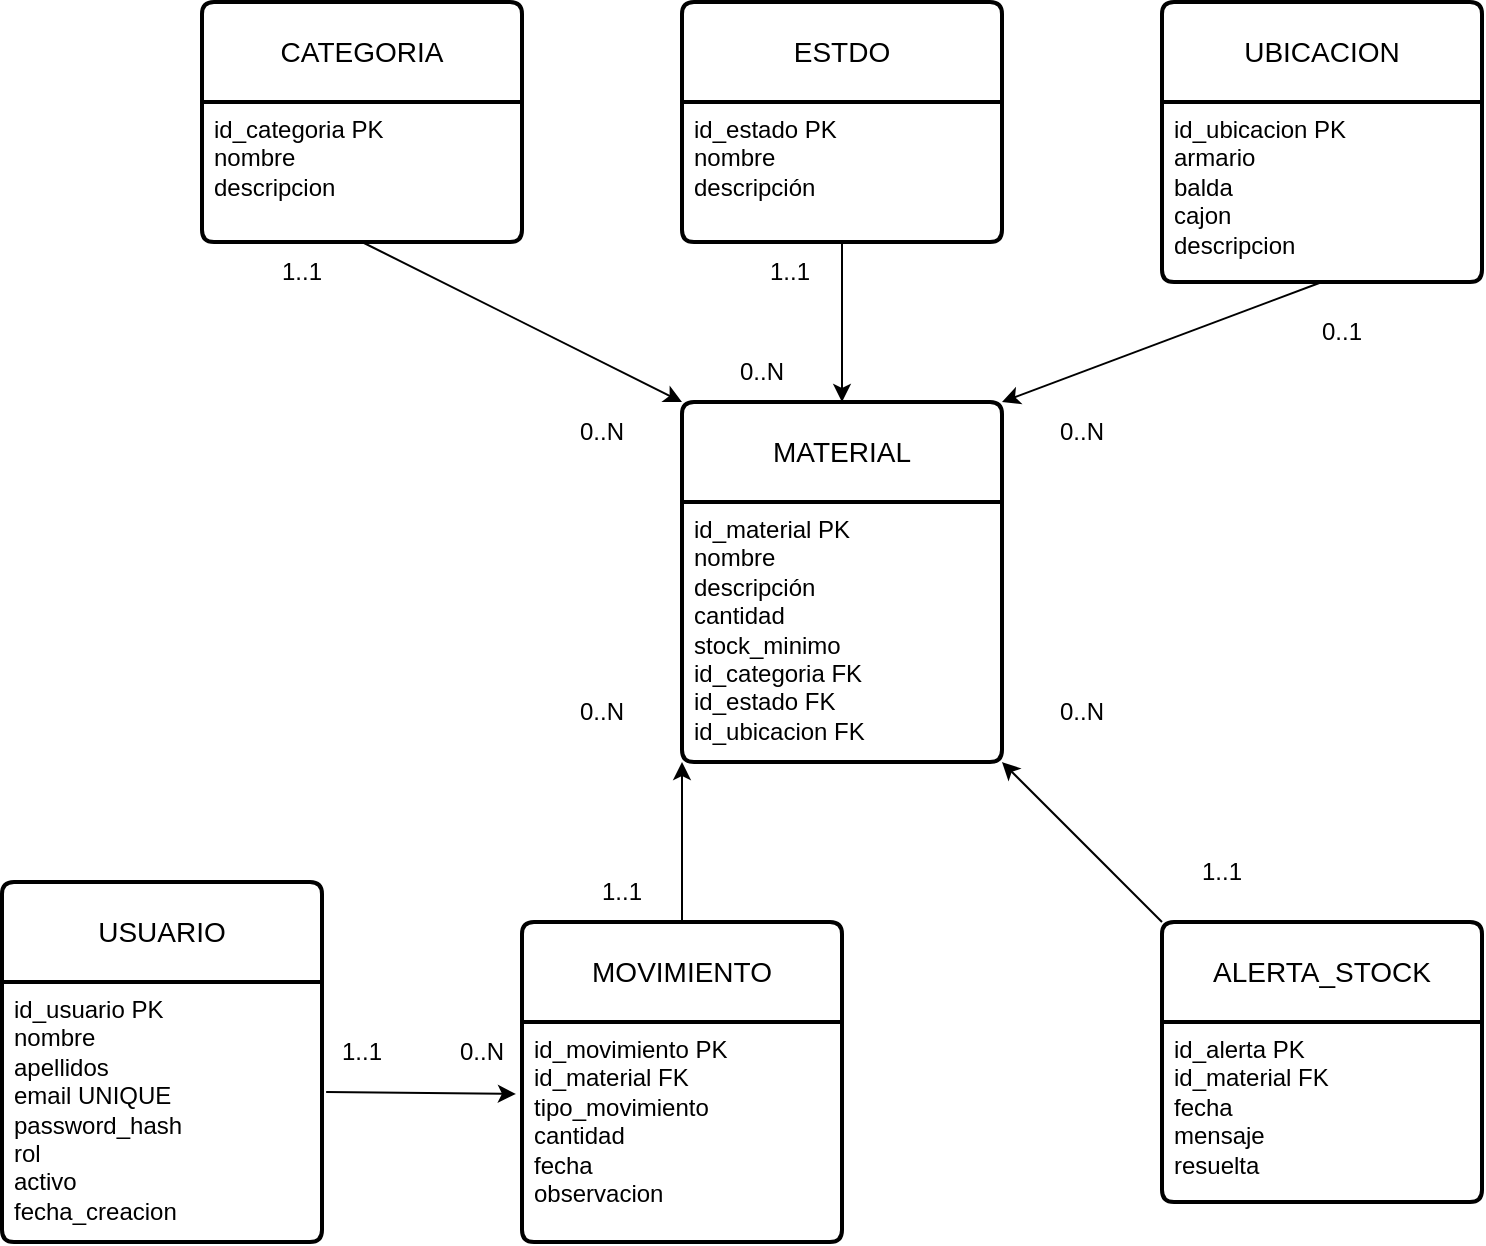
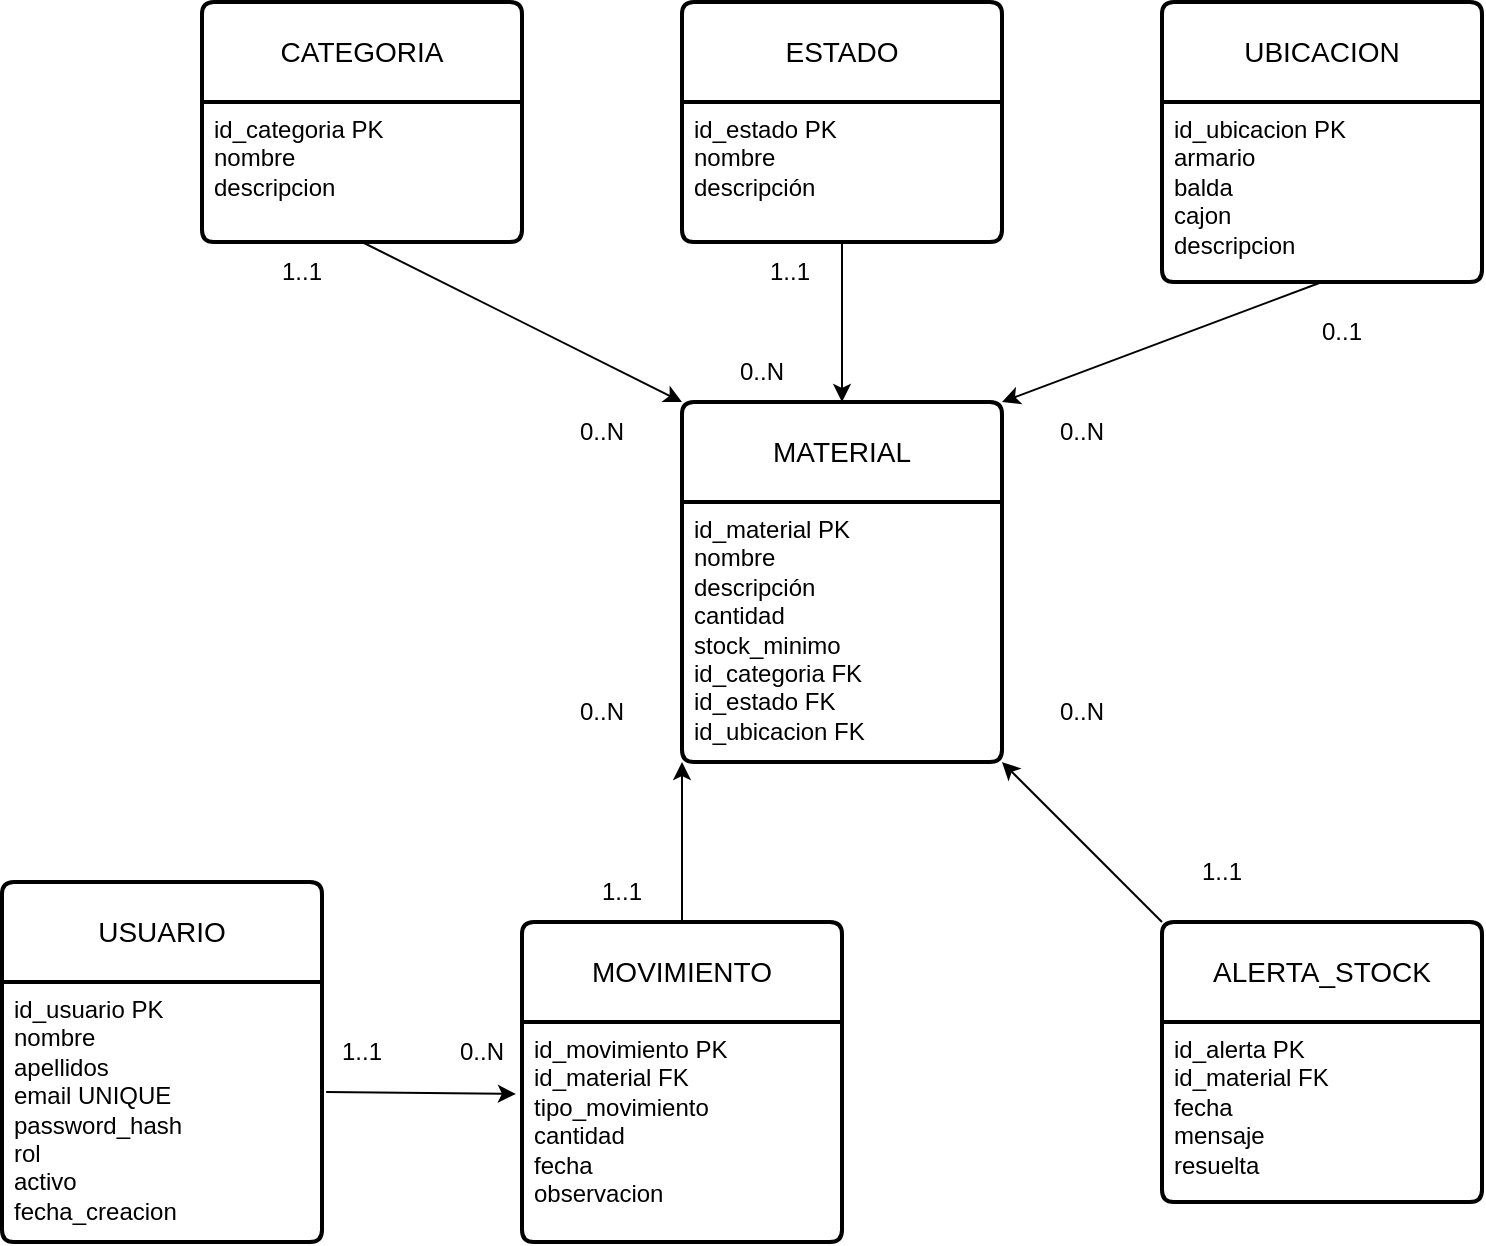
<mxfile host="app.diagrams.net">
  <diagram name="Página-1" id="RvKM41dWcJuisRGuATXp">
    <mxGraphModel dx="1414" dy="777" grid="1" gridSize="10" guides="1" tooltips="1" connect="1" arrows="1" fold="1" page="1" pageScale="1" pageWidth="827" pageHeight="1169" math="0" shadow="0">
      <root>
        <mxCell id="0" />
        <mxCell id="1" parent="0" />
        <mxCell id="9etG-u03g2LI2quGurpq-1" parent="1" style="swimlane;childLayout=stackLayout;horizontal=1;startSize=50;horizontalStack=0;rounded=1;fontSize=14;fontStyle=0;strokeWidth=2;resizeParent=0;resizeLast=1;shadow=0;dashed=0;align=center;arcSize=4;whiteSpace=wrap;html=1;" value="CATEGORIA" vertex="1">
          <mxGeometry height="120" width="160" x="120" y="120" as="geometry" />
        </mxCell>
        <mxCell id="9etG-u03g2LI2quGurpq-2" parent="9etG-u03g2LI2quGurpq-1" style="align=left;strokeColor=none;fillColor=none;spacingLeft=4;spacingRight=4;fontSize=12;verticalAlign=top;resizable=0;rotatable=0;part=1;html=1;whiteSpace=wrap;" value="&lt;div&gt;id_categoria PK&lt;/div&gt;&lt;div&gt;&lt;span style=&quot;white-space: normal;&quot;&gt;nombre&lt;/span&gt;&lt;/div&gt;&lt;div&gt;&lt;span style=&quot;white-space: normal;&quot;&gt;descripcion&lt;/span&gt;&lt;/div&gt;" vertex="1">
          <mxGeometry height="70" width="160" y="50" as="geometry" />
        </mxCell>
-         <mxCell id="9etG-u03g2LI2quGurpq-3" parent="1" style="swimlane;childLayout=stackLayout;horizontal=1;startSize=50;horizontalStack=0;rounded=1;fontSize=14;fontStyle=0;strokeWidth=2;resizeParent=0;resizeLast=1;shadow=0;dashed=0;align=center;arcSize=4;whiteSpace=wrap;html=1;" value="ESTDO" vertex="1">
+         <mxCell id="9etG-u03g2LI2quGurpq-3" parent="1" style="swimlane;childLayout=stackLayout;horizontal=1;startSize=50;horizontalStack=0;rounded=1;fontSize=14;fontStyle=0;strokeWidth=2;resizeParent=0;resizeLast=1;shadow=0;dashed=0;align=center;arcSize=4;whiteSpace=wrap;html=1;" value="ESTADO" vertex="1">
          <mxGeometry height="120" width="160" x="360" y="120" as="geometry" />
        </mxCell>
        <mxCell id="9etG-u03g2LI2quGurpq-4" parent="9etG-u03g2LI2quGurpq-3" style="align=left;strokeColor=none;fillColor=none;spacingLeft=4;spacingRight=4;fontSize=12;verticalAlign=top;resizable=0;rotatable=0;part=1;html=1;whiteSpace=wrap;" value="&lt;div&gt;id_estado PK&lt;/div&gt;&lt;div&gt;&lt;span style=&quot;white-space: normal;&quot;&gt;nombre&lt;/span&gt;&lt;/div&gt;&lt;div&gt;&lt;span style=&quot;white-space: normal;&quot;&gt;descripción&lt;/span&gt;&lt;/div&gt;" vertex="1">
          <mxGeometry height="70" width="160" y="50" as="geometry" />
        </mxCell>
        <mxCell id="9etG-u03g2LI2quGurpq-5" parent="1" style="swimlane;childLayout=stackLayout;horizontal=1;startSize=50;horizontalStack=0;rounded=1;fontSize=14;fontStyle=0;strokeWidth=2;resizeParent=0;resizeLast=1;shadow=0;dashed=0;align=center;arcSize=4;whiteSpace=wrap;html=1;" value="MOVIMIENTO" vertex="1">
          <mxGeometry height="160" width="160" x="280" y="580" as="geometry" />
        </mxCell>
        <mxCell id="9etG-u03g2LI2quGurpq-6" parent="9etG-u03g2LI2quGurpq-5" style="align=left;strokeColor=none;fillColor=none;spacingLeft=4;spacingRight=4;fontSize=12;verticalAlign=top;resizable=0;rotatable=0;part=1;html=1;whiteSpace=wrap;" value="&lt;div&gt;id_movimiento PK&lt;/div&gt;&lt;div&gt;&lt;span style=&quot;white-space: normal;&quot;&gt;id_material FK&lt;/span&gt;&lt;/div&gt;&lt;div&gt;&lt;span style=&quot;white-space: normal;&quot;&gt;tipo_movimiento&lt;/span&gt;&lt;/div&gt;&lt;div&gt;&lt;span style=&quot;white-space: normal;&quot;&gt;cantidad&lt;/span&gt;&lt;/div&gt;&lt;div&gt;&lt;span style=&quot;white-space: normal;&quot;&gt;fecha&lt;/span&gt;&lt;/div&gt;&lt;div&gt;&lt;span style=&quot;white-space: normal;&quot;&gt;observacion&lt;/span&gt;&lt;/div&gt;" vertex="1">
          <mxGeometry height="110" width="160" y="50" as="geometry" />
        </mxCell>
        <mxCell id="9etG-u03g2LI2quGurpq-8" parent="1" style="swimlane;childLayout=stackLayout;horizontal=1;startSize=50;horizontalStack=0;rounded=1;fontSize=14;fontStyle=0;strokeWidth=2;resizeParent=0;resizeLast=1;shadow=0;dashed=0;align=center;arcSize=4;whiteSpace=wrap;html=1;" value="MATERIAL" vertex="1">
          <mxGeometry height="180" width="160" x="360" y="320" as="geometry" />
        </mxCell>
        <mxCell id="9etG-u03g2LI2quGurpq-9" parent="9etG-u03g2LI2quGurpq-8" style="align=left;strokeColor=none;fillColor=none;spacingLeft=4;spacingRight=4;fontSize=12;verticalAlign=top;resizable=0;rotatable=0;part=1;html=1;whiteSpace=wrap;" value="&lt;div&gt;id_material PK&lt;/div&gt;&lt;div&gt;&lt;span style=&quot;white-space: normal;&quot;&gt;nombre&lt;/span&gt;&lt;/div&gt;&lt;div&gt;&lt;span style=&quot;white-space: normal;&quot;&gt;descripción&lt;/span&gt;&lt;/div&gt;&lt;div&gt;&lt;span style=&quot;white-space: normal;&quot;&gt;cantidad&lt;/span&gt;&lt;/div&gt;&lt;div&gt;&lt;span style=&quot;white-space: normal;&quot;&gt;stock_minimo&lt;/span&gt;&lt;/div&gt;&lt;div&gt;&lt;span style=&quot;white-space: normal;&quot;&gt;id_categoria FK&lt;/span&gt;&lt;/div&gt;&lt;div&gt;&lt;span style=&quot;white-space: normal;&quot;&gt;id_estado FK&lt;/span&gt;&lt;/div&gt;&lt;div&gt;&lt;span style=&quot;white-space: normal;&quot;&gt;id_ubicacion FK&lt;/span&gt;&lt;/div&gt;&lt;div&gt;&lt;br&gt;&lt;/div&gt;" vertex="1">
          <mxGeometry height="130" width="160" y="50" as="geometry" />
        </mxCell>
        <mxCell id="9etG-u03g2LI2quGurpq-10" parent="1" style="swimlane;childLayout=stackLayout;horizontal=1;startSize=50;horizontalStack=0;rounded=1;fontSize=14;fontStyle=0;strokeWidth=2;resizeParent=0;resizeLast=1;shadow=0;dashed=0;align=center;arcSize=4;whiteSpace=wrap;html=1;" value="ALERTA_STOCK" vertex="1">
          <mxGeometry height="140" width="160" x="600" y="580" as="geometry" />
        </mxCell>
        <mxCell id="9etG-u03g2LI2quGurpq-11" parent="9etG-u03g2LI2quGurpq-10" style="align=left;strokeColor=none;fillColor=none;spacingLeft=4;spacingRight=4;fontSize=12;verticalAlign=top;resizable=0;rotatable=0;part=1;html=1;whiteSpace=wrap;" value="&lt;div&gt;id_alerta PK&lt;/div&gt;&lt;div&gt;&lt;span style=&quot;white-space: normal;&quot;&gt;id_material FK&lt;/span&gt;&lt;/div&gt;&lt;div&gt;&lt;span style=&quot;white-space: normal;&quot;&gt;fecha&lt;/span&gt;&lt;/div&gt;&lt;div&gt;&lt;span style=&quot;white-space: normal;&quot;&gt;mensaje&lt;/span&gt;&lt;/div&gt;&lt;div&gt;&lt;span style=&quot;white-space: normal;&quot;&gt;resuelta&lt;/span&gt;&lt;/div&gt;" vertex="1">
          <mxGeometry height="90" width="160" y="50" as="geometry" />
        </mxCell>
        <mxCell id="9etG-u03g2LI2quGurpq-13" parent="1" style="swimlane;childLayout=stackLayout;horizontal=1;startSize=50;horizontalStack=0;rounded=1;fontSize=14;fontStyle=0;strokeWidth=2;resizeParent=0;resizeLast=1;shadow=0;dashed=0;align=center;arcSize=4;whiteSpace=wrap;html=1;" value="UBICACION" vertex="1">
          <mxGeometry height="140" width="160" x="600" y="120" as="geometry" />
        </mxCell>
        <mxCell id="9etG-u03g2LI2quGurpq-14" parent="9etG-u03g2LI2quGurpq-13" style="align=left;strokeColor=none;fillColor=none;spacingLeft=4;spacingRight=4;fontSize=12;verticalAlign=top;resizable=0;rotatable=0;part=1;html=1;whiteSpace=wrap;" value="&lt;div&gt;id_ubicacion PK&lt;/div&gt;&lt;div&gt;&lt;span style=&quot;white-space: normal;&quot;&gt;armario&lt;/span&gt;&lt;/div&gt;&lt;div&gt;&lt;span style=&quot;white-space: normal;&quot;&gt;balda&lt;/span&gt;&lt;/div&gt;&lt;div&gt;&lt;span style=&quot;white-space: normal;&quot;&gt;cajon&lt;/span&gt;&lt;/div&gt;&lt;div&gt;&lt;span style=&quot;white-space: normal;&quot;&gt;descripcion&lt;/span&gt;&lt;/div&gt;" vertex="1">
          <mxGeometry height="90" width="160" y="50" as="geometry" />
        </mxCell>
        <mxCell id="9etG-u03g2LI2quGurpq-19" edge="1" parent="1" source="9etG-u03g2LI2quGurpq-2" style="endArrow=classic;html=1;rounded=0;entryX=0;entryY=0;entryDx=0;entryDy=0;exitX=0.5;exitY=1;exitDx=0;exitDy=0;" target="9etG-u03g2LI2quGurpq-8" value="">
          <mxGeometry height="50" relative="1" width="50" as="geometry">
            <mxPoint x="200" y="330" as="sourcePoint" />
            <mxPoint x="250" y="280" as="targetPoint" />
          </mxGeometry>
        </mxCell>
        <mxCell id="9etG-u03g2LI2quGurpq-20" edge="1" parent="1" source="9etG-u03g2LI2quGurpq-4" style="endArrow=classic;html=1;rounded=0;entryX=0.5;entryY=0;entryDx=0;entryDy=0;exitX=0.5;exitY=1;exitDx=0;exitDy=0;" target="9etG-u03g2LI2quGurpq-8" value="">
          <mxGeometry height="50" relative="1" width="50" as="geometry">
            <mxPoint x="420" y="310" as="sourcePoint" />
            <mxPoint x="470" y="260" as="targetPoint" />
          </mxGeometry>
        </mxCell>
        <mxCell id="9etG-u03g2LI2quGurpq-21" edge="1" parent="1" source="9etG-u03g2LI2quGurpq-14" style="endArrow=classic;html=1;rounded=0;exitX=0.5;exitY=1;exitDx=0;exitDy=0;entryX=1;entryY=0;entryDx=0;entryDy=0;" target="9etG-u03g2LI2quGurpq-8" value="">
          <mxGeometry height="50" relative="1" width="50" as="geometry">
            <mxPoint x="580" y="350" as="sourcePoint" />
            <mxPoint x="630" y="300" as="targetPoint" />
          </mxGeometry>
        </mxCell>
        <mxCell id="9etG-u03g2LI2quGurpq-22" edge="1" parent="1" source="9etG-u03g2LI2quGurpq-5" style="endArrow=classic;html=1;rounded=0;exitX=0.5;exitY=0;exitDx=0;exitDy=0;entryX=0;entryY=1;entryDx=0;entryDy=0;" target="9etG-u03g2LI2quGurpq-9" value="">
          <mxGeometry height="50" relative="1" width="50" as="geometry">
            <mxPoint x="240" y="520" as="sourcePoint" />
            <mxPoint x="290" y="470" as="targetPoint" />
          </mxGeometry>
        </mxCell>
        <mxCell id="9etG-u03g2LI2quGurpq-23" edge="1" parent="1" source="9etG-u03g2LI2quGurpq-10" style="endArrow=classic;html=1;rounded=0;exitX=0;exitY=0;exitDx=0;exitDy=0;entryX=1;entryY=1;entryDx=0;entryDy=0;" target="9etG-u03g2LI2quGurpq-9" value="">
          <mxGeometry height="50" relative="1" width="50" as="geometry">
            <mxPoint x="610" y="520" as="sourcePoint" />
            <mxPoint x="660" y="470" as="targetPoint" />
          </mxGeometry>
        </mxCell>
        <mxCell id="9etG-u03g2LI2quGurpq-24" parent="1" style="text;html=1;whiteSpace=wrap;strokeColor=none;fillColor=none;align=center;verticalAlign=middle;rounded=0;" value="1..1" vertex="1">
          <mxGeometry height="30" width="60" x="140" y="240" as="geometry" />
        </mxCell>
        <mxCell id="9etG-u03g2LI2quGurpq-25" parent="1" style="text;html=1;whiteSpace=wrap;strokeColor=none;fillColor=none;align=center;verticalAlign=middle;rounded=0;" value="0..N" vertex="1">
          <mxGeometry height="30" width="60" x="290" y="320" as="geometry" />
        </mxCell>
        <mxCell id="9etG-u03g2LI2quGurpq-27" parent="1" style="text;html=1;whiteSpace=wrap;strokeColor=none;fillColor=none;align=center;verticalAlign=middle;rounded=0;" value="1..1" vertex="1">
          <mxGeometry height="30" width="60" x="300" y="550" as="geometry" />
        </mxCell>
        <mxCell id="9etG-u03g2LI2quGurpq-28" parent="1" style="text;html=1;whiteSpace=wrap;strokeColor=none;fillColor=none;align=center;verticalAlign=middle;rounded=0;" value="0..N" vertex="1">
          <mxGeometry height="30" width="60" x="290" y="460" as="geometry" />
        </mxCell>
        <mxCell id="9etG-u03g2LI2quGurpq-29" parent="1" style="text;html=1;whiteSpace=wrap;strokeColor=none;fillColor=none;align=center;verticalAlign=middle;rounded=0;" value="0..N" vertex="1">
          <mxGeometry height="30" width="60" x="530" y="460" as="geometry" />
        </mxCell>
        <mxCell id="9etG-u03g2LI2quGurpq-30" parent="1" style="text;html=1;whiteSpace=wrap;strokeColor=none;fillColor=none;align=center;verticalAlign=middle;rounded=0;" value="0..N" vertex="1">
          <mxGeometry height="30" width="60" x="530" y="320" as="geometry" />
        </mxCell>
        <mxCell id="9etG-u03g2LI2quGurpq-31" parent="1" style="text;html=1;whiteSpace=wrap;strokeColor=none;fillColor=none;align=center;verticalAlign=middle;rounded=0;" value="0..N" vertex="1">
          <mxGeometry height="30" width="60" x="370" y="290" as="geometry" />
        </mxCell>
        <mxCell id="9etG-u03g2LI2quGurpq-32" parent="1" style="text;html=1;whiteSpace=wrap;strokeColor=none;fillColor=none;align=center;verticalAlign=middle;rounded=0;" value="1..1" vertex="1">
          <mxGeometry height="30" width="60" x="384" y="240" as="geometry" />
        </mxCell>
        <mxCell id="9etG-u03g2LI2quGurpq-33" parent="1" style="text;html=1;whiteSpace=wrap;strokeColor=none;fillColor=none;align=center;verticalAlign=middle;rounded=0;" value="0..1" vertex="1">
          <mxGeometry height="30" width="60" x="660" y="270" as="geometry" />
        </mxCell>
        <mxCell id="9etG-u03g2LI2quGurpq-34" parent="1" style="text;html=1;whiteSpace=wrap;strokeColor=none;fillColor=none;align=center;verticalAlign=middle;rounded=0;" value="1..1" vertex="1">
          <mxGeometry height="30" width="60" x="600" y="540" as="geometry" />
        </mxCell>
        <mxCell id="9etG-u03g2LI2quGurpq-43" parent="1" style="swimlane;childLayout=stackLayout;horizontal=1;startSize=50;horizontalStack=0;rounded=1;fontSize=14;fontStyle=0;strokeWidth=2;resizeParent=0;resizeLast=1;shadow=0;dashed=0;align=center;arcSize=4;whiteSpace=wrap;html=1;" value="USUARIO" vertex="1">
          <mxGeometry height="180" width="160" x="20" y="560" as="geometry" />
        </mxCell>
        <mxCell id="9etG-u03g2LI2quGurpq-44" parent="9etG-u03g2LI2quGurpq-43" style="align=left;strokeColor=none;fillColor=none;spacingLeft=4;spacingRight=4;fontSize=12;verticalAlign=top;resizable=0;rotatable=0;part=1;html=1;whiteSpace=wrap;" value="&lt;div&gt;id_usuario PK&lt;/div&gt;&lt;div&gt;&lt;span style=&quot;white-space: normal;&quot;&gt;nombre&lt;/span&gt;&lt;/div&gt;&lt;div&gt;&lt;span style=&quot;white-space: normal;&quot;&gt;apellidos&lt;/span&gt;&lt;/div&gt;&lt;div&gt;&lt;span style=&quot;white-space: normal;&quot;&gt;email UNIQUE&lt;/span&gt;&lt;/div&gt;&lt;div&gt;&lt;span style=&quot;white-space: normal;&quot;&gt;password_hash&lt;/span&gt;&lt;/div&gt;&lt;div&gt;&lt;span style=&quot;white-space: normal;&quot;&gt;rol&lt;/span&gt;&lt;/div&gt;&lt;div&gt;&lt;span style=&quot;white-space: normal;&quot;&gt;activo&lt;/span&gt;&lt;/div&gt;&lt;div&gt;&lt;span style=&quot;white-space: normal;&quot;&gt;fecha_creacion&lt;/span&gt;&lt;/div&gt;" vertex="1">
          <mxGeometry height="130" width="160" y="50" as="geometry" />
        </mxCell>
        <mxCell id="9etG-u03g2LI2quGurpq-45" edge="1" parent="1" source="9etG-u03g2LI2quGurpq-44" style="endArrow=classic;html=1;rounded=0;entryX=-0.019;entryY=0.327;entryDx=0;entryDy=0;entryPerimeter=0;exitX=1.013;exitY=0.423;exitDx=0;exitDy=0;exitPerimeter=0;" target="9etG-u03g2LI2quGurpq-6" value="">
          <mxGeometry height="50" relative="1" width="50" as="geometry">
            <mxPoint x="170" y="540" as="sourcePoint" />
            <mxPoint x="220" y="490" as="targetPoint" />
          </mxGeometry>
        </mxCell>
        <mxCell id="9etG-u03g2LI2quGurpq-46" parent="1" style="text;html=1;whiteSpace=wrap;strokeColor=none;fillColor=none;align=center;verticalAlign=middle;rounded=0;" value="0..N" vertex="1">
          <mxGeometry height="30" width="60" x="230" y="630" as="geometry" />
        </mxCell>
        <mxCell id="9etG-u03g2LI2quGurpq-47" parent="1" style="text;html=1;whiteSpace=wrap;strokeColor=none;fillColor=none;align=center;verticalAlign=middle;rounded=0;" value="1..1" vertex="1">
          <mxGeometry height="30" width="60" x="170" y="630" as="geometry" />
        </mxCell>
      </root>
    </mxGraphModel>
  </diagram>
</mxfile>
